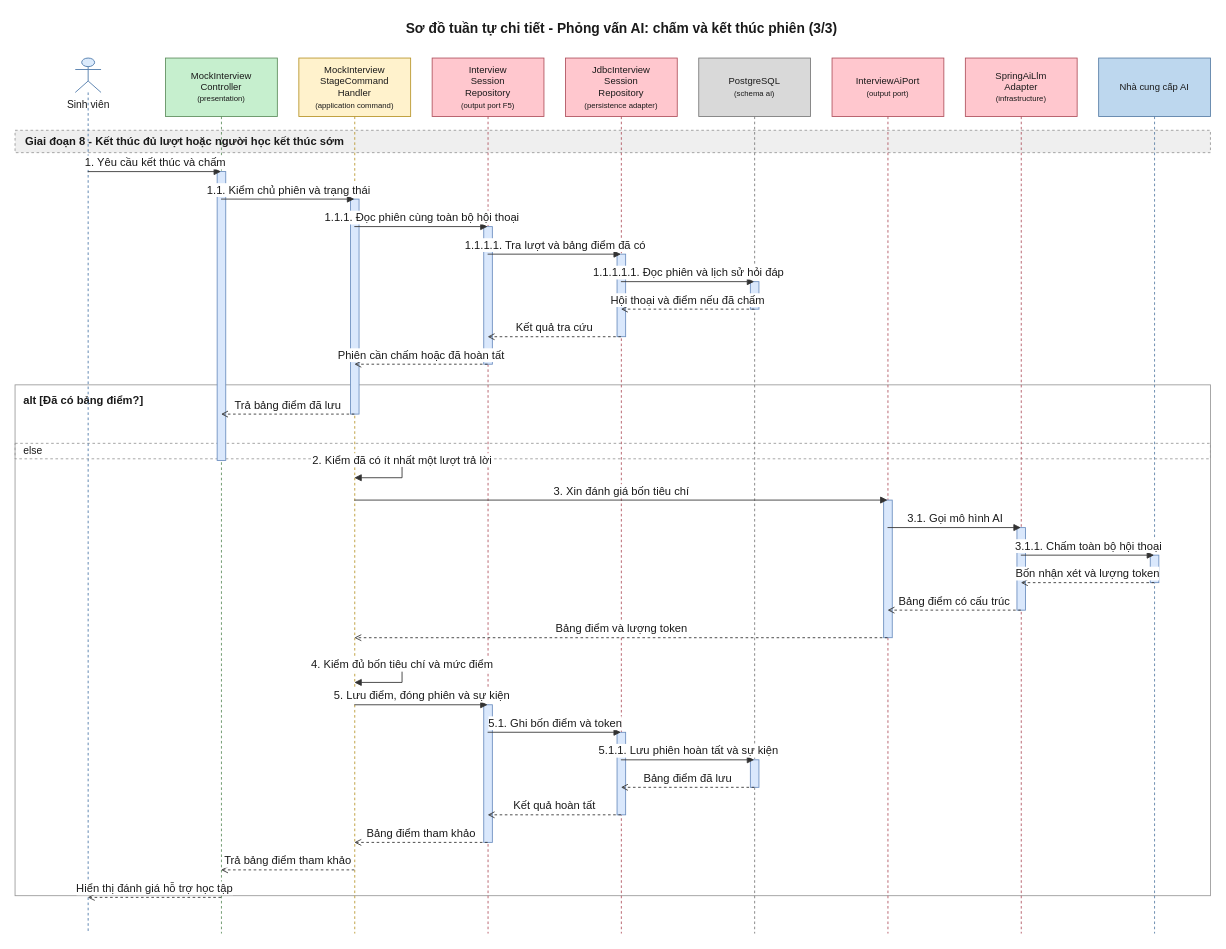
daiphu1801/PRJ_ALGOPREP keeps this draw.io diagram as 08-diagram/sequence/user/sequence_user_phong_van_gia_lap_ai_p3.drawio. Above is the earlier version. Source tidied: cells renumbered, new cells numbered last; positions are measured from the earlier drawing's top-left corner, leaving out a move shared by most shapes. Both pictures are drawn from the tidied source at 86%, with x=0, y=0 at pixel (15, 15).
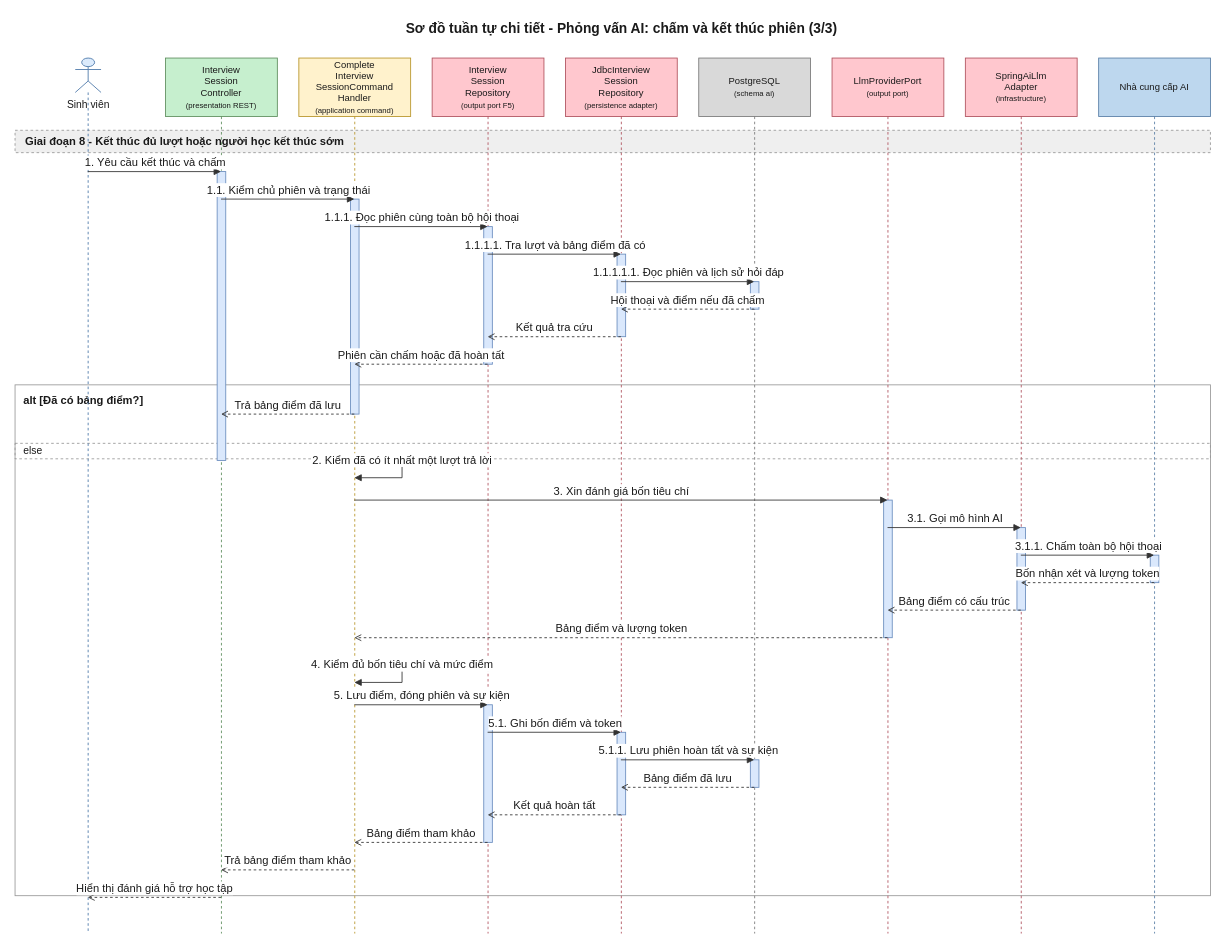
The same page after the edit.

The edit, as a diff of the source:
```diff
@@
-    <mxCell id="7" value="MockInterview&lt;br&gt;Controller&lt;br&gt;&lt;font style=&quot;font-size:9px&quot;&gt;(presentation)&lt;/font&gt;" style="shape=umlLifeline;perimeter=lifelinePerimeter;whiteSpace=wrap;html=1;outlineConnect=0;size=68;fontSize=11;fillColor=#C6EFCE;strokeColor=#5E8E5E;fontColor=#1A1A1A;" parent="1" vertex="1">
+    <mxCell id="7" value="Interview&lt;br&gt;Session&lt;br&gt;Controller&lt;br&gt;&lt;font style=&quot;font-size:9px&quot;&gt;(presentation REST)&lt;/font&gt;" style="shape=umlLifeline;perimeter=lifelinePerimeter;whiteSpace=wrap;html=1;outlineConnect=0;size=68;fontSize=11;fillColor=#C6EFCE;strokeColor=#5E8E5E;fontColor=#1A1A1A;" parent="1" vertex="1">
       <mxGeometry x="175" y="50" width="130" height="1018" as="geometry" />
     </mxCell>
-    <mxCell id="8" value="MockInterview&lt;br&gt;StageCommand&lt;br&gt;Handler&lt;br&gt;&lt;font style=&quot;font-size:9px&quot;&gt;(application command)&lt;/font&gt;" style="shape=umlLifeline;perimeter=lifelinePerimeter;whiteSpace=wrap;html=1;outlineConnect=0;size=68;fontSize=11;fillColor=#FFF2CC;strokeColor=#B8952A;fontColor=#1A1A1A;" parent="1" vertex="1">
+    <mxCell id="8" value="Complete&lt;br&gt;Interview&lt;br&gt;SessionCommand&lt;br&gt;Handler&lt;br&gt;&lt;font style=&quot;font-size:9px&quot;&gt;(application command)&lt;/font&gt;" style="shape=umlLifeline;perimeter=lifelinePerimeter;whiteSpace=wrap;html=1;outlineConnect=0;size=68;fontSize=11;fillColor=#FFF2CC;strokeColor=#B8952A;fontColor=#1A1A1A;" parent="1" vertex="1">
       <mxGeometry x="330" y="50" width="130" height="1018" as="geometry" />
     </mxCell>
@@
-    <mxCell id="12" value="InterviewAiPort&lt;br&gt;&lt;font style=&quot;font-size:9px&quot;&gt;(output port)&lt;/font&gt;" style="shape=umlLifeline;perimeter=lifelinePerimeter;whiteSpace=wrap;html=1;outlineConnect=0;size=68;fontSize=11;fillColor=#FFC7CE;strokeColor=#B0525E;fontColor=#1A1A1A;" parent="1" vertex="1">
+    <mxCell id="12" value="LlmProviderPort&lt;br&gt;&lt;font style=&quot;font-size:9px&quot;&gt;(output port)&lt;/font&gt;" style="shape=umlLifeline;perimeter=lifelinePerimeter;whiteSpace=wrap;html=1;outlineConnect=0;size=68;fontSize=11;fillColor=#FFC7CE;strokeColor=#B0525E;fontColor=#1A1A1A;" parent="1" vertex="1">
       <mxGeometry x="950" y="50" width="130" height="1018" as="geometry" />
     </mxCell>
```
